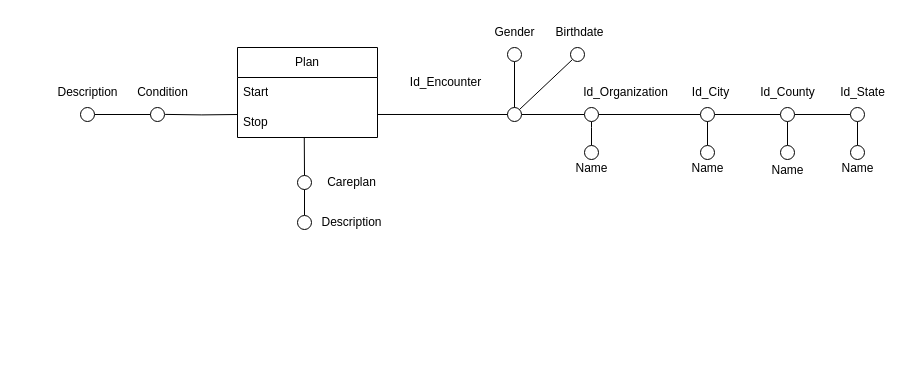
Before: Schemi_Di_Fatto/Plan.drawio in MircoPerna99/BigDataManagement_Team, a draw.io diagram. Source tidied: cells renumbered, new cells numbered last; positions are measured from the earlier drawing's top-left corner, leaving out a move shared by most shapes. Both pictures are drawn from the tidied source at 100%, with x=0, y=0 at pixel (47, 17).
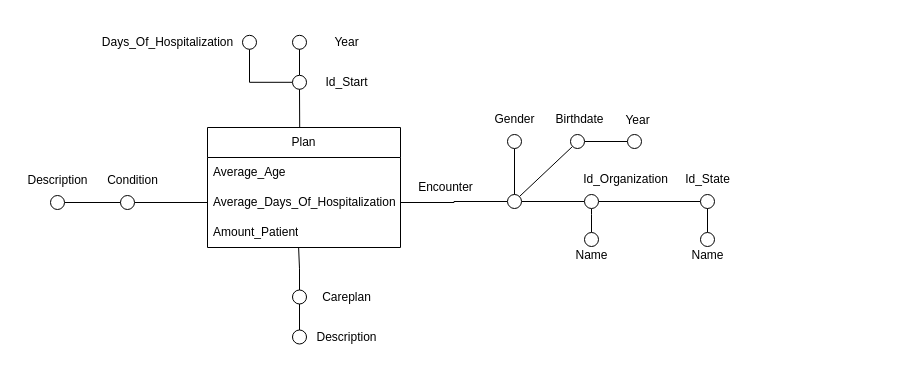
After the change.

What changed in the source:
```diff
@@
-    <mxCell id="2" style="edgeStyle=orthogonalEdgeStyle;rounded=0;jettySize=auto;html=1;exitX=1;exitY=0.5;exitDx=0;exitDy=0;endArrow=none;startFill=0;" parent="1" edge="1" source="3" target="17">
-      <mxGeometry relative="1" as="geometry" />
-    </mxCell>
-    <mxCell id="3" style="ellipse;whiteSpace=wrap;html=1;fillColor=#FFFFFF;" parent="1" vertex="1">
-      <mxGeometry x="460" y="90" width="14" height="14" as="geometry" />
-    </mxCell>
-    <mxCell id="4" style="ellipse;whiteSpace=wrap;html=1;fillColor=#FFFFFF;" parent="1" vertex="1">
-      <mxGeometry x="103" y="90" width="14" height="14" as="geometry" />
-    </mxCell>
-    <mxCell id="5" style="ellipse;whiteSpace=wrap;html=1;fillColor=#FFFFFF;" parent="1" vertex="1">
-      <mxGeometry x="250" y="158" width="14" height="14" as="geometry" />
-    </mxCell>
+    <mxCell id="50" style="edgeStyle=orthogonalEdgeStyle;rounded=0;jettySize=auto;html=1;exitX=1;exitY=0.5;exitDx=0;exitDy=0;endArrow=none;startFill=0;" parent="1" edge="1" source="52" target="65">
+      <mxGeometry relative="1" as="geometry" />
+    </mxCell>
+    <mxCell id="51" style="edgeStyle=orthogonalEdgeStyle;rounded=0;jettySize=auto;html=1;endArrow=none;startFill=0;" parent="1" edge="1" source="52" target="88">
+      <mxGeometry relative="1" as="geometry" />
+    </mxCell>
+    <mxCell id="52" style="ellipse;whiteSpace=wrap;html=1;fillColor=#FFFFFF;" parent="1" vertex="1">
+      <mxGeometry x="460" y="177" width="14" height="14" as="geometry" />
+    </mxCell>
+    <mxCell id="53" style="edgeStyle=orthogonalEdgeStyle;rounded=0;jettySize=auto;html=1;exitX=1;exitY=0.5;exitDx=0;exitDy=0;entryX=0;entryY=0.5;entryDx=0;entryDy=0;endArrow=none;startFill=0;" parent="1" edge="1" source="54" target="88">
+      <mxGeometry relative="1" as="geometry" />
+    </mxCell>
+    <mxCell id="54" style="ellipse;whiteSpace=wrap;html=1;fillColor=#FFFFFF;" parent="1" vertex="1">
+      <mxGeometry x="73" y="178" width="14" height="14" as="geometry" />
+    </mxCell>
+    <mxCell id="55" style="ellipse;whiteSpace=wrap;html=1;fillColor=#FFFFFF;" parent="1" vertex="1">
+      <mxGeometry x="245" y="272.5" width="14" height="14" as="geometry" />
+    </mxCell>
     <mxCell id="6" value="&lt;div&gt;&lt;span style=&quot;background-color: transparent; color: light-dark(rgb(0, 0, 0), rgb(255, 255, 255));&quot;&gt;Careplan&lt;/span&gt;&lt;/div&gt;" style="text;html=1;align=center;verticalAlign=middle;strokeColor=none;fillColor=none;" parent="1" vertex="1">
-      <mxGeometry x="269" y="150" width="70" height="30" as="geometry" />
+      <mxGeometry x="264" y="264.5" width="70" height="30" as="geometry" />
     </mxCell>
-    <mxCell id="7" style="edgeStyle=orthogonalEdgeStyle;rounded=0;jettySize=auto;html=1;exitX=0.5;exitY=0;exitDx=0;exitDy=0;entryX=0.5;entryY=1;entryDx=0;entryDy=0;endArrow=none;startFill=0;" parent="1" edge="1" source="8" target="5">
-      <mxGeometry relative="1" as="geometry" />
-    </mxCell>
-    <mxCell id="8" style="ellipse;whiteSpace=wrap;html=1;fillColor=#FFFFFF;" parent="1" vertex="1">
-      <mxGeometry x="250" y="198" width="14" height="14" as="geometry" />
-    </mxCell>
-    <mxCell id="9" value="Description" style="text;html=1;align=center;verticalAlign=middle;strokeColor=none;fillColor=none;" parent="1" vertex="1">
-      <mxGeometry x="264" y="190" width="80" height="30" as="geometry" />
-    </mxCell>
+    <mxCell id="56" style="edgeStyle=orthogonalEdgeStyle;rounded=0;jettySize=auto;html=1;exitX=0.5;exitY=0;exitDx=0;exitDy=0;entryX=0.5;entryY=1;entryDx=0;entryDy=0;endArrow=none;startFill=0;" parent="1" edge="1" source="57" target="55">
+      <mxGeometry relative="1" as="geometry" />
+    </mxCell>
+    <mxCell id="57" style="ellipse;whiteSpace=wrap;html=1;fillColor=#FFFFFF;" parent="1" vertex="1">
+      <mxGeometry x="245" y="312.5" width="14" height="14" as="geometry" />
+    </mxCell>
+    <mxCell id="58" value="Description" style="text;html=1;align=center;verticalAlign=middle;strokeColor=none;fillColor=none;" parent="1" vertex="1">
+      <mxGeometry x="259" y="304.5" width="80" height="30" as="geometry" />
+    </mxCell>
     <mxCell id="10" value="Condition" style="text;html=1;align=center;verticalAlign=middle;strokeColor=none;fillColor=none;" parent="1" vertex="1">
-      <mxGeometry x="80" y="60" width="70" height="30" as="geometry" />
+      <mxGeometry x="50" y="148" width="70" height="30" as="geometry" />
     </mxCell>
-    <mxCell id="11" style="edgeStyle=orthogonalEdgeStyle;rounded=0;jettySize=auto;html=1;entryX=0;entryY=0.5;entryDx=0;entryDy=0;endArrow=none;startFill=0;" parent="1" edge="1" source="12" target="4">
-      <mxGeometry relative="1" as="geometry" />
-    </mxCell>
-    <mxCell id="12" style="ellipse;whiteSpace=wrap;html=1;fillColor=#FFFFFF;" parent="1" vertex="1">
-      <mxGeometry x="33" y="90" width="14" height="14" as="geometry" />
-    </mxCell>
-    <mxCell id="13" value="Description" style="text;html=1;align=center;verticalAlign=middle;strokeColor=none;fillColor=none;" parent="1" vertex="1">
-      <mxGeometry y="60" width="80" height="30" as="geometry" />
-    </mxCell>
-    <mxCell id="14" value="Id_Encounter" style="text;html=1;align=center;verticalAlign=middle;strokeColor=none;fillColor=none;" parent="1" vertex="1">
-      <mxGeometry x="353" y="50" width="90" height="30" as="geometry" />
-    </mxCell>
-    <mxCell id="15" style="edgeStyle=orthogonalEdgeStyle;rounded=0;jettySize=auto;html=1;exitX=0.5;exitY=1;exitDx=0;exitDy=0;entryX=0.5;entryY=0;entryDx=0;entryDy=0;curved=1;endArrow=none;startFill=0;" parent="1" edge="1" source="17" target="21">
-      <mxGeometry relative="1" as="geometry" />
-    </mxCell>
-    <mxCell id="16" style="edgeStyle=orthogonalEdgeStyle;rounded=0;jettySize=auto;html=1;exitX=1;exitY=0.5;exitDx=0;exitDy=0;entryX=0;entryY=0.5;entryDx=0;entryDy=0;endArrow=none;startFill=0;" parent="1" edge="1" source="17" target="20">
-      <mxGeometry relative="1" as="geometry" />
-    </mxCell>
-    <mxCell id="17" style="ellipse;whiteSpace=wrap;html=1;fillColor=#FFFFFF;" parent="1" vertex="1">
-      <mxGeometry x="537" y="90" width="14" height="14" as="geometry" />
-    </mxCell>
+    <mxCell id="59" style="edgeStyle=orthogonalEdgeStyle;rounded=0;jettySize=auto;html=1;entryX=0;entryY=0.5;entryDx=0;entryDy=0;endArrow=none;startFill=0;" parent="1" edge="1" source="60" target="54">
+      <mxGeometry relative="1" as="geometry" />
+    </mxCell>
+    <mxCell id="60" style="ellipse;whiteSpace=wrap;html=1;fillColor=#FFFFFF;" parent="1" vertex="1">
+      <mxGeometry x="3" y="178" width="14" height="14" as="geometry" />
+    </mxCell>
+    <mxCell id="61" value="Description" style="text;html=1;align=center;verticalAlign=middle;strokeColor=none;fillColor=none;" parent="1" vertex="1">
+      <mxGeometry x="-30" y="148" width="80" height="30" as="geometry" />
+    </mxCell>
+    <mxCell id="62" value="Encounter" style="text;html=1;align=center;verticalAlign=middle;strokeColor=none;fillColor=none;" parent="1" vertex="1">
+      <mxGeometry x="358" y="155" width="80" height="30" as="geometry" />
+    </mxCell>
+    <mxCell id="63" style="edgeStyle=orthogonalEdgeStyle;rounded=0;jettySize=auto;html=1;exitX=0.5;exitY=1;exitDx=0;exitDy=0;entryX=0.5;entryY=0;entryDx=0;entryDy=0;curved=1;endArrow=none;startFill=0;" parent="1" edge="1" source="65" target="67">
+      <mxGeometry relative="1" as="geometry" />
+    </mxCell>
+    <mxCell id="64" style="edgeStyle=orthogonalEdgeStyle;rounded=0;jettySize=auto;html=1;exitX=1;exitY=0.5;exitDx=0;exitDy=0;entryX=0;entryY=0.5;entryDx=0;entryDy=0;endArrow=none;startFill=0;" parent="1" edge="1" source="65" target="66">
+      <mxGeometry relative="1" as="geometry" />
+    </mxCell>
+    <mxCell id="65" style="ellipse;whiteSpace=wrap;html=1;fillColor=#FFFFFF;" parent="1" vertex="1">
+      <mxGeometry x="537" y="177" width="14" height="14" as="geometry" />
+    </mxCell>
     <mxCell id="18" value="Id_Organization" style="text;html=1;align=center;verticalAlign=middle;strokeColor=none;fillColor=none;" parent="1" vertex="1">
-      <mxGeometry x="523" y="60" width="110" height="30" as="geometry" />
+      <mxGeometry x="523" y="147" width="110" height="30" as="geometry" />
     </mxCell>
-    <mxCell id="19" style="edgeStyle=orthogonalEdgeStyle;rounded=0;jettySize=auto;html=1;exitX=1;exitY=0.5;exitDx=0;exitDy=0;entryX=0;entryY=0.5;entryDx=0;entryDy=0;endArrow=none;startFill=0;" parent="1" edge="1" source="20" target="29">
-      <mxGeometry relative="1" as="geometry" />
-    </mxCell>
-    <mxCell id="20" style="ellipse;whiteSpace=wrap;html=1;fillColor=#FFFFFF;" parent="1" vertex="1">
-      <mxGeometry x="653" y="90" width="14" height="14" as="geometry" />
-    </mxCell>
-    <mxCell id="21" style="ellipse;whiteSpace=wrap;html=1;fillColor=#FFFFFF;" parent="1" vertex="1">
-      <mxGeometry x="537" y="128" width="14" height="14" as="geometry" />
-    </mxCell>
-    <mxCell id="22" value="Name" style="text;html=1;align=center;verticalAlign=middle;strokeColor=none;fillColor=none;" parent="1" vertex="1">
-      <mxGeometry x="514" y="136" width="60" height="30" as="geometry" />
-    </mxCell>
-    <mxCell id="23" value="Id_City" style="text;html=1;align=center;verticalAlign=middle;strokeColor=none;fillColor=none;" parent="1" vertex="1">
-      <mxGeometry x="633" y="60" width="60" height="30" as="geometry" />
-    </mxCell>
-    <mxCell id="24" style="edgeStyle=orthogonalEdgeStyle;rounded=0;jettySize=auto;html=1;entryX=0.5;entryY=1;entryDx=0;entryDy=0;endArrow=none;startFill=0;" parent="1" edge="1" source="25" target="20">
-      <mxGeometry relative="1" as="geometry" />
-    </mxCell>
-    <mxCell id="25" style="ellipse;whiteSpace=wrap;html=1;fillColor=#FFFFFF;" parent="1" vertex="1">
-      <mxGeometry x="653" y="128" width="14" height="14" as="geometry" />
-    </mxCell>
-    <mxCell id="26" value="Name" style="text;html=1;align=center;verticalAlign=middle;strokeColor=none;fillColor=none;" parent="1" vertex="1">
-      <mxGeometry x="630" y="136" width="60" height="30" as="geometry" />
-    </mxCell>
-    <mxCell id="27" style="edgeStyle=orthogonalEdgeStyle;rounded=0;jettySize=auto;html=1;exitX=0.5;exitY=1;exitDx=0;exitDy=0;entryX=0.5;entryY=0;entryDx=0;entryDy=0;endArrow=none;startFill=0;" parent="1" edge="1" source="29" target="31">
-      <mxGeometry relative="1" as="geometry" />
-    </mxCell>
-    <mxCell id="28" style="edgeStyle=orthogonalEdgeStyle;rounded=0;jettySize=auto;html=1;exitX=1;exitY=0.5;exitDx=0;exitDy=0;entryX=0;entryY=0.5;entryDx=0;entryDy=0;endArrow=none;startFill=0;" parent="1" edge="1" source="29" target="34">
-      <mxGeometry relative="1" as="geometry" />
-    </mxCell>
-    <mxCell id="29" style="ellipse;whiteSpace=wrap;html=1;fillColor=#FFFFFF;" parent="1" vertex="1">
-      <mxGeometry x="733" y="90" width="14" height="14" as="geometry" />
-    </mxCell>
-    <mxCell id="30" value="Id_County" style="text;html=1;align=center;verticalAlign=middle;strokeColor=none;fillColor=none;" parent="1" vertex="1">
-      <mxGeometry x="700" y="60" width="80" height="30" as="geometry" />
-    </mxCell>
-    <mxCell id="31" style="ellipse;whiteSpace=wrap;html=1;fillColor=#FFFFFF;" parent="1" vertex="1">
-      <mxGeometry x="733" y="128" width="14" height="14" as="geometry" />
-    </mxCell>
-    <mxCell id="32" value="Name" style="text;html=1;align=center;verticalAlign=middle;strokeColor=none;fillColor=none;" parent="1" vertex="1">
-      <mxGeometry x="710" y="138" width="60" height="30" as="geometry" />
-    </mxCell>
-    <mxCell id="33" style="edgeStyle=orthogonalEdgeStyle;rounded=0;jettySize=auto;html=1;exitX=0.5;exitY=1;exitDx=0;exitDy=0;entryX=0.5;entryY=0;entryDx=0;entryDy=0;endArrow=none;startFill=0;" parent="1" edge="1" source="34" target="36">
-      <mxGeometry relative="1" as="geometry" />
-    </mxCell>
-    <mxCell id="34" style="ellipse;whiteSpace=wrap;html=1;fillColor=#FFFFFF;" parent="1" vertex="1">
-      <mxGeometry x="803" y="90" width="14" height="14" as="geometry" />
-    </mxCell>
+    <mxCell id="66" style="ellipse;whiteSpace=wrap;html=1;fillColor=#FFFFFF;" parent="1" vertex="1">
+      <mxGeometry x="653" y="177" width="14" height="14" as="geometry" />
+    </mxCell>
+    <mxCell id="67" style="ellipse;whiteSpace=wrap;html=1;fillColor=#FFFFFF;" parent="1" vertex="1">
+      <mxGeometry x="537" y="215" width="14" height="14" as="geometry" />
+    </mxCell>
+    <mxCell id="68" value="Name" style="text;html=1;align=center;verticalAlign=middle;strokeColor=none;fillColor=none;" parent="1" vertex="1">
+      <mxGeometry x="514" y="223" width="60" height="30" as="geometry" />
+    </mxCell>
+    <mxCell id="69" style="edgeStyle=orthogonalEdgeStyle;rounded=0;jettySize=auto;html=1;entryX=0.5;entryY=1;entryDx=0;entryDy=0;endArrow=none;startFill=0;" parent="1" edge="1" source="70" target="66">
+      <mxGeometry relative="1" as="geometry" />
+    </mxCell>
+    <mxCell id="70" style="ellipse;whiteSpace=wrap;html=1;fillColor=#FFFFFF;" parent="1" vertex="1">
+      <mxGeometry x="653" y="215" width="14" height="14" as="geometry" />
+    </mxCell>
+    <mxCell id="71" value="Name" style="text;html=1;align=center;verticalAlign=middle;strokeColor=none;fillColor=none;" parent="1" vertex="1">
+      <mxGeometry x="630" y="223" width="60" height="30" as="geometry" />
+    </mxCell>
     <mxCell id="35" value="Id_State" style="text;html=1;align=center;verticalAlign=middle;strokeColor=none;fillColor=none;" parent="1" vertex="1">
-      <mxGeometry x="780" y="60" width="70" height="30" as="geometry" />
+      <mxGeometry x="625" y="147" width="70" height="30" as="geometry" />
     </mxCell>
-    <mxCell id="36" style="ellipse;whiteSpace=wrap;html=1;fillColor=#FFFFFF;" parent="1" vertex="1">
-      <mxGeometry x="803" y="128" width="14" height="14" as="geometry" />
-    </mxCell>
-    <mxCell id="37" value="Name" style="text;html=1;align=center;verticalAlign=middle;strokeColor=none;fillColor=none;" parent="1" vertex="1">
-      <mxGeometry x="780" y="136" width="60" height="30" as="geometry" />
-    </mxCell>
-    <mxCell id="38" style="rounded=0;jettySize=auto;html=1;exitX=0;exitY=1;exitDx=0;exitDy=0;entryX=1;entryY=0;entryDx=0;entryDy=0;endArrow=none;startFill=0;" parent="1" edge="1" source="39" target="3">
-      <mxGeometry relative="1" as="geometry" />
-    </mxCell>
-    <mxCell id="39" style="ellipse;whiteSpace=wrap;html=1;fillColor=#FFFFFF;" parent="1" vertex="1">
-      <mxGeometry x="523" y="30" width="14" height="14" as="geometry" />
-    </mxCell>
-    <mxCell id="40" style="rounded=0;jettySize=auto;html=1;exitX=0.5;exitY=1;exitDx=0;exitDy=0;entryX=0.5;entryY=0;entryDx=0;entryDy=0;endArrow=none;startFill=0;" parent="1" edge="1" source="41" target="3">
-      <mxGeometry relative="1" as="geometry" />
-    </mxCell>
-    <mxCell id="41" style="ellipse;whiteSpace=wrap;html=1;fillColor=#FFFFFF;" parent="1" vertex="1">
-      <mxGeometry x="460" y="30" width="14" height="14" as="geometry" />
-    </mxCell>
+    <mxCell id="72" style="rounded=0;jettySize=auto;html=1;exitX=0;exitY=1;exitDx=0;exitDy=0;entryX=1;entryY=0;entryDx=0;entryDy=0;endArrow=none;startFill=0;" parent="1" edge="1" source="74" target="52">
+      <mxGeometry relative="1" as="geometry" />
+    </mxCell>
+    <mxCell id="73" style="edgeStyle=orthogonalEdgeStyle;rounded=0;jettySize=auto;html=1;exitX=1;exitY=0.5;exitDx=0;exitDy=0;endArrow=none;startFill=0;" parent="1" edge="1" source="74" target="90">
+      <mxGeometry relative="1" as="geometry" />
+    </mxCell>
+    <mxCell id="74" style="ellipse;whiteSpace=wrap;html=1;fillColor=#FFFFFF;" parent="1" vertex="1">
+      <mxGeometry x="523" y="117" width="14" height="14" as="geometry" />
+    </mxCell>
+    <mxCell id="75" style="rounded=0;jettySize=auto;html=1;exitX=0.5;exitY=1;exitDx=0;exitDy=0;entryX=0.5;entryY=0;entryDx=0;entryDy=0;endArrow=none;startFill=0;" parent="1" edge="1" source="76" target="52">
+      <mxGeometry relative="1" as="geometry" />
+    </mxCell>
+    <mxCell id="76" style="ellipse;whiteSpace=wrap;html=1;fillColor=#FFFFFF;" parent="1" vertex="1">
+      <mxGeometry x="460" y="117" width="14" height="14" as="geometry" />
+    </mxCell>
     <mxCell id="42" value="Gender" style="text;html=1;align=center;verticalAlign=middle;strokeColor=none;fillColor=none;" parent="1" vertex="1">
-      <mxGeometry x="437" width="60" height="30" as="geometry" />
+      <mxGeometry x="437" y="87" width="60" height="30" as="geometry" />
     </mxCell>
     <mxCell id="43" value="Birthdate" style="text;html=1;align=center;verticalAlign=middle;strokeColor=none;fillColor=none;" parent="1" vertex="1">
-      <mxGeometry x="497" width="70" height="30" as="geometry" />
+      <mxGeometry x="497" y="87" width="70" height="30" as="geometry" />
     </mxCell>
+    <mxCell id="77" style="edgeStyle=orthogonalEdgeStyle;rounded=0;jettySize=auto;html=1;exitX=0.5;exitY=0;exitDx=0;exitDy=0;endArrow=none;startFill=0;entryX=0.472;entryY=0.988;entryDx=0;entryDy=0;entryPerimeter=0;" parent="1" edge="1" source="55" target="89">
+      <mxGeometry relative="1" as="geometry" />
+    </mxCell>
+    <mxCell id="78" style="ellipse;whiteSpace=wrap;html=1;fillColor=#FFFFFF;" parent="1" vertex="1">
+      <mxGeometry x="245" y="17.8" width="14" height="14" as="geometry" />
+    </mxCell>
+    <mxCell id="79" value="Year" style="text;html=1;align=center;verticalAlign=middle;strokeColor=none;fillColor=none;" parent="1" vertex="1">
+      <mxGeometry x="274" y="9.8" width="50" height="30" as="geometry" />
+    </mxCell>
+    <mxCell id="80" style="edgeStyle=orthogonalEdgeStyle;rounded=0;jettySize=auto;html=1;exitX=0.5;exitY=0;exitDx=0;exitDy=0;entryX=0.5;entryY=1;entryDx=0;entryDy=0;endArrow=none;startFill=0;" parent="1" edge="1" source="82" target="78">
+      <mxGeometry relative="1" as="geometry" />
+    </mxCell>
+    <mxCell id="81" style="edgeStyle=orthogonalEdgeStyle;rounded=0;jettySize=auto;html=1;exitX=0;exitY=0.5;exitDx=0;exitDy=0;endArrow=none;startFill=0;" parent="1" edge="1" source="82" target="85">
+      <mxGeometry relative="1" as="geometry" />
+    </mxCell>
+    <mxCell id="82" style="ellipse;whiteSpace=wrap;html=1;fillColor=#FFFFFF;" parent="1" vertex="1">
+      <mxGeometry x="245" y="57.8" width="14" height="14" as="geometry" />
+    </mxCell>
+    <mxCell id="83" value="Id_Start" style="text;html=1;align=center;verticalAlign=middle;strokeColor=none;fillColor=none;" parent="1" vertex="1">
+      <mxGeometry x="264" y="49.8" width="70" height="30" as="geometry" />
+    </mxCell>
+    <mxCell id="84" style="edgeStyle=orthogonalEdgeStyle;rounded=0;jettySize=auto;html=1;exitX=0.5;exitY=1;exitDx=0;exitDy=0;entryX=0.48;entryY=0.004;entryDx=0;entryDy=0;entryPerimeter=0;endArrow=none;startFill=0;" parent="1" edge="1" source="82">
+      <mxGeometry relative="1" as="geometry">
+        <mxPoint x="252.2" y="110" as="targetPoint" />
+      </mxGeometry>
+    </mxCell>
+    <mxCell id="85" style="ellipse;whiteSpace=wrap;html=1;fillColor=#FFFFFF;" parent="1" vertex="1">
+      <mxGeometry x="195" y="17.8" width="14" height="14" as="geometry" />
+    </mxCell>
+    <mxCell id="86" value="&lt;div&gt;&lt;span style=&quot;background-color: transparent; color: light-dark(rgb(0, 0, 0), rgb(255, 255, 255));&quot;&gt;Days_Of_Hospitalization&lt;/span&gt;&lt;/div&gt;" style="text;html=1;align=center;verticalAlign=middle;strokeColor=none;fillColor=none;" parent="1" vertex="1">
+      <mxGeometry x="45" y="9.8" width="150" height="30" as="geometry" />
+    </mxCell>
     <mxCell id="44" value="Plan" style="swimlane;fontStyle=0;horizontal=1;startSize=30;whiteSpace=wrap;html=1;" parent="1" vertex="1">
-      <mxGeometry x="190" y="30" width="140" height="90" as="geometry" />
+      <mxGeometry x="160" y="110" width="193" height="120" as="geometry" />
     </mxCell>
-    <mxCell id="45" value="Start" style="text;strokeColor=none;fillColor=none;align=left;verticalAlign=middle;spacingLeft=4;spacingRight=4;overflow=hidden;whiteSpace=wrap;html=1;" parent="44" vertex="1">
-      <mxGeometry y="30" width="140" height="30" as="geometry" />
-    </mxCell>
-    <mxCell id="46" value="Stop" style="text;strokeColor=none;fillColor=none;align=left;verticalAlign=middle;spacingLeft=4;spacingRight=4;overflow=hidden;points=[[0,0.5],[1,0.5]];portConstraint=eastwest;whiteSpace=wrap;html=1;" parent="44" vertex="1">
-      <mxGeometry y="60" width="140" height="30" as="geometry" />
-    </mxCell>
-    <mxCell id="47" style="edgeStyle=orthogonalEdgeStyle;rounded=0;orthogonalLoop=1;jettySize=auto;html=1;exitX=1;exitY=0.5;exitDx=0;exitDy=0;entryX=-0.004;entryY=0.238;entryDx=0;entryDy=0;entryPerimeter=0;endArrow=none;startFill=0;" parent="1" edge="1">
-      <mxGeometry relative="1" as="geometry">
-        <mxPoint x="117.6" y="96.9" as="sourcePoint" />
-        <mxPoint x="190" y="97" as="targetPoint" />
-      </mxGeometry>
-    </mxCell>
-    <mxCell id="48" style="edgeStyle=orthogonalEdgeStyle;rounded=0;jettySize=auto;html=1;exitX=0.5;exitY=0;exitDx=0;exitDy=0;entryX=0.477;entryY=0.983;entryDx=0;entryDy=0;entryPerimeter=0;endArrow=none;startFill=0;" parent="1" edge="1" source="5" target="46">
-      <mxGeometry relative="1" as="geometry" />
-    </mxCell>
-    <mxCell id="49" style="edgeStyle=orthogonalEdgeStyle;rounded=0;jettySize=auto;html=1;exitX=0;exitY=0.5;exitDx=0;exitDy=0;entryX=1;entryY=0.233;entryDx=0;entryDy=0;entryPerimeter=0;endArrow=none;startFill=0;" parent="1" edge="1" source="3" target="46">
-      <mxGeometry relative="1" as="geometry" />
-    </mxCell>
+    <mxCell id="87" value="Average_Age" style="text;strokeColor=none;fillColor=none;align=left;verticalAlign=middle;spacingLeft=4;spacingRight=4;overflow=hidden;whiteSpace=wrap;html=1;" parent="44" vertex="1">
+      <mxGeometry y="30" width="193" height="30" as="geometry" />
+    </mxCell>
+    <mxCell id="88" value="Average_&lt;span style=&quot;text-align: center; text-wrap-mode: nowrap;&quot;&gt;Days_Of_Hospitalization&lt;/span&gt;" style="text;strokeColor=none;fillColor=none;align=left;verticalAlign=middle;spacingLeft=4;spacingRight=4;overflow=hidden;points=[[0,0.5],[1,0.5]];portConstraint=eastwest;whiteSpace=wrap;html=1;" parent="44" vertex="1">
+      <mxGeometry y="60" width="193" height="30" as="geometry" />
+    </mxCell>
+    <mxCell id="89" value="Amount_Patient" style="text;strokeColor=none;fillColor=none;align=left;verticalAlign=middle;spacingLeft=4;spacingRight=4;overflow=hidden;points=[[0,0.5],[1,0.5]];portConstraint=eastwest;whiteSpace=wrap;html=1;" parent="44" vertex="1">
+      <mxGeometry y="90" width="193" height="30" as="geometry" />
+    </mxCell>
+    <mxCell id="90" style="ellipse;whiteSpace=wrap;html=1;fillColor=#FFFFFF;" parent="1" vertex="1">
+      <mxGeometry x="580" y="117" width="14" height="14" as="geometry" />
+    </mxCell>
+    <mxCell id="91" value="Year" style="text;html=1;align=center;verticalAlign=middle;strokeColor=none;fillColor=none;" parent="1" vertex="1">
+      <mxGeometry x="565" y="88" width="50" height="30" as="geometry" />
+    </mxCell>
```
